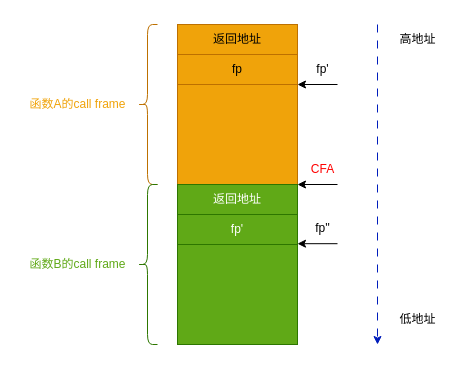
The draw.io diagram page "第 3 页" (3 of 3) of 框图.drawio in pengdonglin137/Arch_Picture, before the edit. Source tidied: cells renumbered, new cells numbered last; positions are measured from the earlier drawing's top-left corner, leaving out a move shared by most shapes. Both pictures are drawn from the tidied source at 100%, with x=0, y=0 at pixel (17, 24).
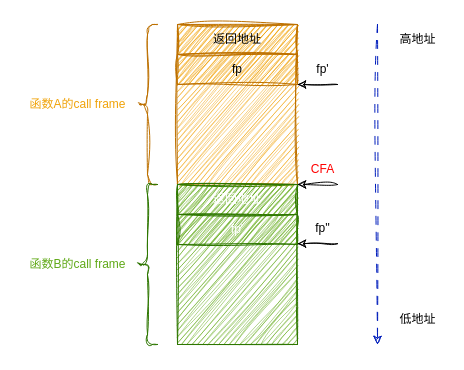
Above is the later version.

Change to the diagram source:
```diff
@@
-    <mxCell id="2" style="rounded=0;whiteSpace=wrap;html=1;fillColor=#f0a30a;strokeColor=#BD7000;fontColor=#000000;" parent="1" vertex="1">
+    <mxCell id="2" style="rounded=0;whiteSpace=wrap;html=1;fillColor=#f0a30a;strokeColor=#BD7000;fontColor=#000000;sketch=1;curveFitting=1;jiggle=2;" parent="1" vertex="1">
       <mxGeometry x="160" width="120" height="160" as="geometry" />
     </mxCell>
-    <mxCell id="3" value="返回地址" style="rounded=0;whiteSpace=wrap;html=1;fillColor=#f0a30a;strokeColor=#BD7000;fontColor=#000000;" parent="1" vertex="1">
+    <mxCell id="3" value="返回地址" style="rounded=0;whiteSpace=wrap;html=1;fillColor=#f0a30a;strokeColor=#BD7000;fontColor=#000000;sketch=1;curveFitting=1;jiggle=2;" parent="1" vertex="1">
       <mxGeometry x="160" width="120" height="30" as="geometry" />
     </mxCell>
-    <mxCell id="4" style="rounded=0;whiteSpace=wrap;html=1;fillColor=#60a917;fontColor=#ffffff;strokeColor=#2D7600;" parent="1" vertex="1">
+    <mxCell id="4" style="rounded=0;whiteSpace=wrap;html=1;fillColor=#60a917;fontColor=#ffffff;strokeColor=#2D7600;sketch=1;curveFitting=1;jiggle=2;" parent="1" vertex="1">
       <mxGeometry x="160" y="160" width="120" height="160" as="geometry" />
     </mxCell>
-    <mxCell id="5" value="返回地址" style="rounded=0;whiteSpace=wrap;html=1;fillColor=#60a917;fontColor=#ffffff;strokeColor=#2D7600;" parent="1" vertex="1">
+    <mxCell id="5" value="返回地址" style="rounded=0;whiteSpace=wrap;html=1;fillColor=#60a917;fontColor=#ffffff;strokeColor=#2D7600;sketch=1;curveFitting=1;jiggle=2;" parent="1" vertex="1">
       <mxGeometry x="160" y="160" width="120" height="30" as="geometry" />
     </mxCell>
-    <mxCell id="6" style="shape=curlyBracket;whiteSpace=wrap;html=1;rounded=1;labelPosition=left;verticalLabelPosition=middle;align=right;verticalAlign=middle;fillColor=#f0a30a;fontColor=#000000;strokeColor=#BD7000;" parent="1" vertex="1">
+    <mxCell id="6" style="shape=curlyBracket;whiteSpace=wrap;html=1;rounded=1;labelPosition=left;verticalLabelPosition=middle;align=right;verticalAlign=middle;fillColor=#f0a30a;fontColor=#000000;strokeColor=#BD7000;sketch=1;curveFitting=1;jiggle=2;" parent="1" vertex="1">
       <mxGeometry x="120" width="20" height="160" as="geometry" />
     </mxCell>
-    <mxCell id="7" value="&lt;font color=&quot;#f0a30a&quot;&gt;函数A的call frame&lt;/font&gt;" style="text;html=1;align=center;verticalAlign=middle;strokeColor=none;fillColor=none;" parent="1" vertex="1">
+    <mxCell id="7" value="&lt;font color=&quot;#f0a30a&quot;&gt;函数A的call frame&lt;/font&gt;" style="text;html=1;align=center;verticalAlign=middle;strokeColor=none;fillColor=none;sketch=1;curveFitting=1;jiggle=2;" parent="1" vertex="1">
       <mxGeometry y="65" width="120" height="30" as="geometry" />
     </mxCell>
-    <mxCell id="8" style="shape=curlyBracket;whiteSpace=wrap;html=1;rounded=1;labelPosition=left;verticalLabelPosition=middle;align=right;verticalAlign=middle;fillColor=#60a917;fontColor=#ffffff;strokeColor=#2D7600;" parent="1" vertex="1">
+    <mxCell id="8" style="shape=curlyBracket;whiteSpace=wrap;html=1;rounded=1;labelPosition=left;verticalLabelPosition=middle;align=right;verticalAlign=middle;fillColor=#60a917;fontColor=#ffffff;strokeColor=#2D7600;sketch=1;curveFitting=1;jiggle=2;" parent="1" vertex="1">
       <mxGeometry x="120" y="160" width="20" height="160" as="geometry" />
     </mxCell>
-    <mxCell id="9" value="&lt;font color=&quot;#60a917&quot;&gt;函数B的call frame&lt;/font&gt;" style="text;html=1;align=center;verticalAlign=middle;strokeColor=none;fillColor=none;" parent="1" vertex="1">
+    <mxCell id="9" value="&lt;font color=&quot;#60a917&quot;&gt;函数B的call frame&lt;/font&gt;" style="text;html=1;align=center;verticalAlign=middle;strokeColor=none;fillColor=none;sketch=1;curveFitting=1;jiggle=2;" parent="1" vertex="1">
       <mxGeometry y="225" width="120" height="30" as="geometry" />
     </mxCell>
-    <mxCell id="10" style="endArrow=classic;html=1;rounded=0;entryX=1;entryY=0;entryDx=0;entryDy=0;" parent="1" edge="1" target="5">
+    <mxCell id="10" style="endArrow=classic;html=1;rounded=0;entryX=1;entryY=0;entryDx=0;entryDy=0;sketch=1;curveFitting=1;jiggle=2;" parent="1" edge="1" target="5">
       <mxGeometry relative="1" as="geometry">
         <mxPoint x="320" y="160" as="sourcePoint" />
       </mxGeometry>
     </mxCell>
-    <mxCell id="11" value="&lt;font color=&quot;#ff0000&quot;&gt;CFA&lt;/font&gt;" style="text;html=1;align=center;verticalAlign=middle;strokeColor=none;fillColor=none;" parent="1" vertex="1">
+    <mxCell id="11" value="&lt;font color=&quot;#ff0000&quot;&gt;CFA&lt;/font&gt;" style="text;html=1;align=center;verticalAlign=middle;strokeColor=none;fillColor=none;sketch=1;curveFitting=1;jiggle=2;" parent="1" vertex="1">
       <mxGeometry x="280" y="130" width="50" height="30" as="geometry" />
     </mxCell>
-    <mxCell id="12" style="endArrow=classic;html=1;rounded=0;dashed=1;dashPattern=8 8;fillColor=#0050ef;strokeColor=#001DBC;" parent="1" edge="1">
+    <mxCell id="12" style="endArrow=classic;html=1;rounded=0;dashed=1;dashPattern=8 8;fillColor=#0050ef;strokeColor=#001DBC;sketch=1;curveFitting=1;jiggle=2;" parent="1" edge="1">
       <mxGeometry relative="1" as="geometry">
         <mxPoint x="360" as="sourcePoint" />
         <mxPoint x="360" y="320" as="targetPoint" />
       </mxGeometry>
     </mxCell>
-    <mxCell id="13" value="高地址" style="text;html=1;align=center;verticalAlign=middle;strokeColor=none;fillColor=none;" parent="1" vertex="1">
+    <mxCell id="13" value="高地址" style="text;html=1;align=center;verticalAlign=middle;strokeColor=none;fillColor=none;sketch=1;curveFitting=1;jiggle=2;" parent="1" vertex="1">
       <mxGeometry x="370" width="60" height="30" as="geometry" />
     </mxCell>
-    <mxCell id="14" value="低地址" style="text;html=1;align=center;verticalAlign=middle;strokeColor=none;fillColor=none;" parent="1" vertex="1">
+    <mxCell id="14" value="低地址" style="text;html=1;align=center;verticalAlign=middle;strokeColor=none;fillColor=none;sketch=1;curveFitting=1;jiggle=2;" parent="1" vertex="1">
       <mxGeometry x="370" y="280" width="60" height="30" as="geometry" />
     </mxCell>
-    <mxCell id="15" value="fp" style="rounded=0;whiteSpace=wrap;html=1;fillColor=#f0a30a;strokeColor=#BD7000;fontColor=#000000;" parent="1" vertex="1">
+    <mxCell id="15" value="fp" style="rounded=0;whiteSpace=wrap;html=1;fillColor=#f0a30a;strokeColor=#BD7000;fontColor=#000000;sketch=1;curveFitting=1;jiggle=2;" parent="1" vertex="1">
       <mxGeometry x="160" y="30" width="120" height="30" as="geometry" />
     </mxCell>
-    <mxCell id="16" value="fp'" style="rounded=0;whiteSpace=wrap;html=1;fillColor=#60a917;fontColor=#ffffff;strokeColor=#2D7600;" parent="1" vertex="1">
+    <mxCell id="16" value="fp'" style="rounded=0;whiteSpace=wrap;html=1;fillColor=#60a917;fontColor=#ffffff;strokeColor=#2D7600;sketch=1;curveFitting=1;jiggle=2;" parent="1" vertex="1">
       <mxGeometry x="160" y="190" width="120" height="30" as="geometry" />
     </mxCell>
-    <mxCell id="17" style="endArrow=classic;html=1;rounded=0;entryX=1;entryY=0;entryDx=0;entryDy=0;" parent="1" edge="1">
+    <mxCell id="17" style="endArrow=classic;html=1;rounded=0;entryX=1;entryY=0;entryDx=0;entryDy=0;sketch=1;curveFitting=1;jiggle=2;" parent="1" edge="1">
       <mxGeometry relative="1" as="geometry">
         <mxPoint x="320" y="60" as="sourcePoint" />
         <mxPoint x="280" y="60" as="targetPoint" />
       </mxGeometry>
     </mxCell>
-    <mxCell id="18" value="fp'" style="text;html=1;align=center;verticalAlign=middle;strokeColor=none;fillColor=none;" parent="1" vertex="1">
+    <mxCell id="18" value="fp'" style="text;html=1;align=center;verticalAlign=middle;strokeColor=none;fillColor=none;sketch=1;curveFitting=1;jiggle=2;" parent="1" vertex="1">
       <mxGeometry x="285" y="30" width="40" height="30" as="geometry" />
     </mxCell>
-    <mxCell id="19" style="endArrow=classic;html=1;rounded=0;entryX=1;entryY=0;entryDx=0;entryDy=0;" parent="1" edge="1">
+    <mxCell id="19" style="endArrow=classic;html=1;rounded=0;entryX=1;entryY=0;entryDx=0;entryDy=0;sketch=1;curveFitting=1;jiggle=2;" parent="1" edge="1">
       <mxGeometry relative="1" as="geometry">
         <mxPoint x="320" y="219.2" as="sourcePoint" />
         <mxPoint x="280" y="219.2" as="targetPoint" />
       </mxGeometry>
     </mxCell>
-    <mxCell id="20" value="fp''" style="text;html=1;align=center;verticalAlign=middle;strokeColor=none;fillColor=none;" parent="1" vertex="1">
+    <mxCell id="20" value="fp''" style="text;html=1;align=center;verticalAlign=middle;strokeColor=none;fillColor=none;sketch=1;curveFitting=1;jiggle=2;" parent="1" vertex="1">
       <mxGeometry x="285" y="189.2" width="40" height="30" as="geometry" />
     </mxCell>
```
